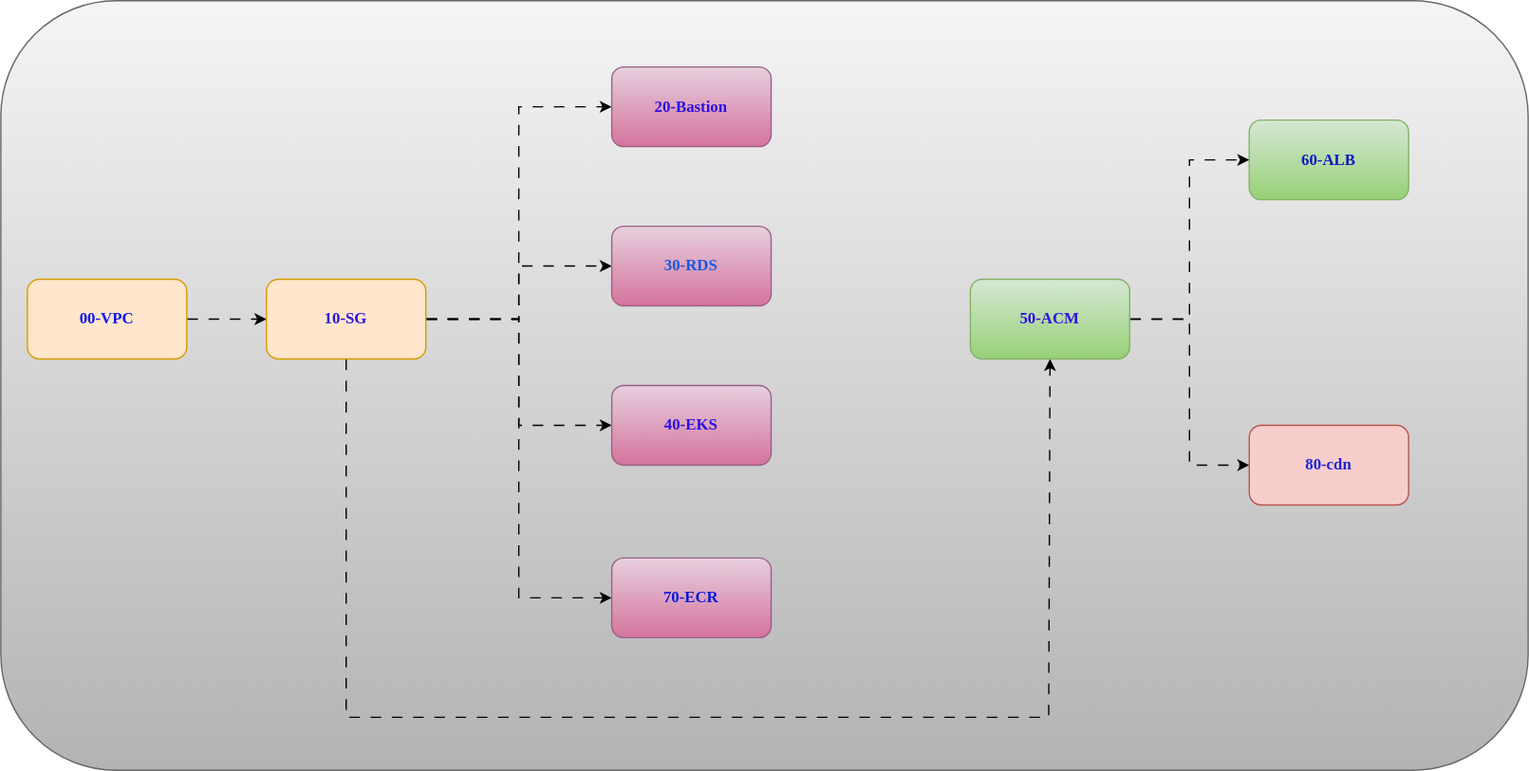
aikdp/expense-infra-jenkins keeps this draw.io diagram as jenkins-parallel-infra.drawio.svg. Above is the earlier version. Source tidied: cells renumbered, new cells last; positions are measured from the earlier drawing's top-left corner, leaving out a move shared by most shapes.
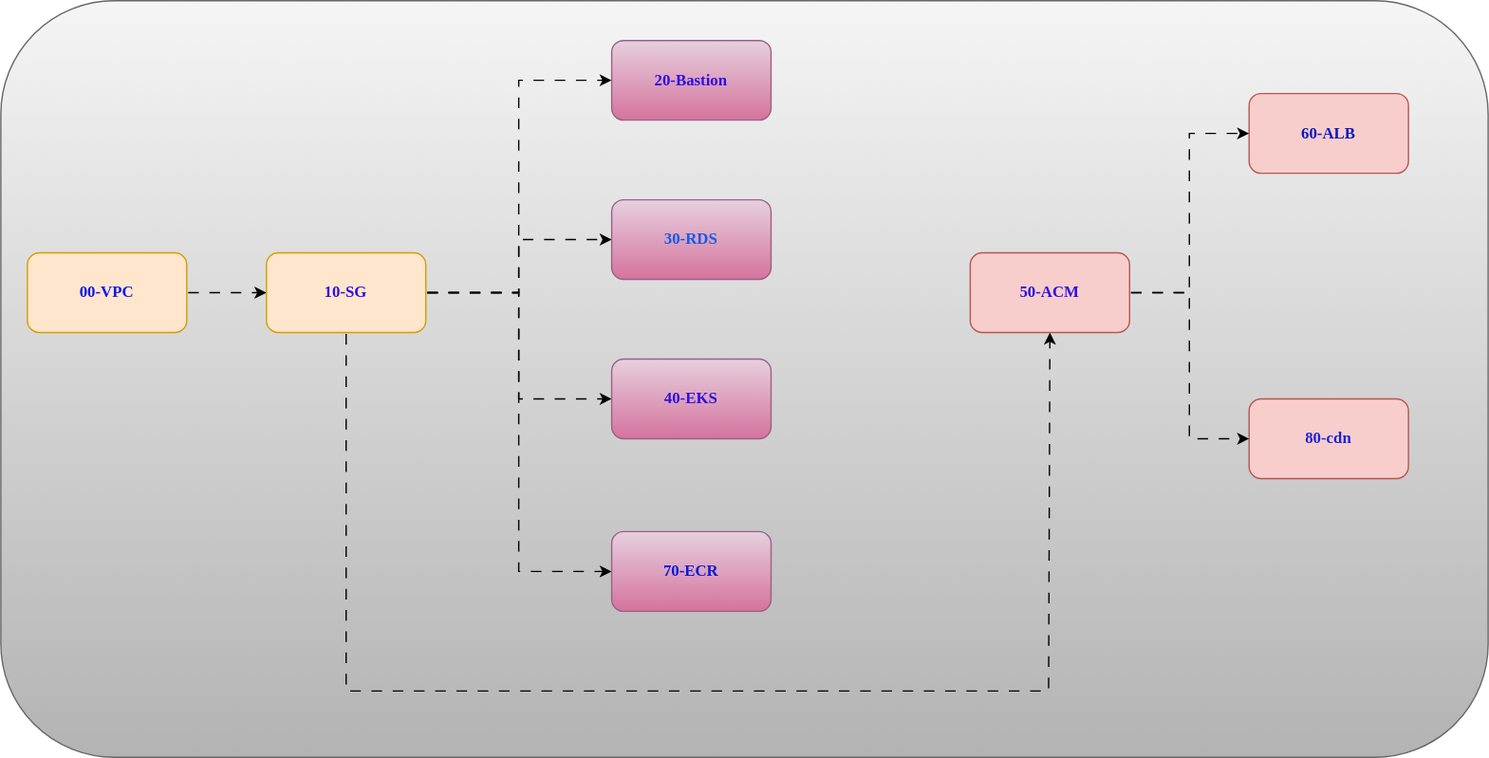
The same file after the commit.

Commit message:
Jenkins Pipleline expense-infra practice

The edit, as a diff of the source:
```diff
@@ -2,9 +2,9 @@
   <root>
     <mxCell id="0" />
     <mxCell id="1" parent="0" />
-    <mxCell id="2" style="rounded=1;whiteSpace=wrap;html=1;fillColor=#f5f5f5;gradientColor=#b3b3b3;strokeColor=#666666;" parent="1" vertex="1">
-      <mxGeometry width="1150" height="580" as="geometry" />
-    </mxCell>
+    <mxCell id="20" style="rounded=1;whiteSpace=wrap;html=1;fillColor=#f5f5f5;strokeColor=#666666;gradientColor=#b3b3b3;" parent="1" vertex="1">
+      <mxGeometry y="20" width="1120" height="570" as="geometry" />
+    </mxCell>
     <mxCell id="3" style="edgeStyle=orthogonalEdgeStyle;rounded=0;jettySize=auto;html=1;entryX=0;entryY=0.5;entryDx=0;entryDy=0;flowAnimation=1;" parent="1" edge="1" source="4" target="10">
       <mxGeometry relative="1" as="geometry" />
     </mxCell>
@@ -49,7 +49,7 @@
     <mxCell id="15" value="&lt;b&gt;&lt;font style=&quot;color: light-dark(rgb(29, 36, 215), rgb(237, 237, 237));&quot; face=&quot;Comic Sans MS&quot;&gt;80-cdn&lt;/font&gt;&lt;/b&gt;" style="rounded=1;whiteSpace=wrap;html=1;fillColor=#f8cecc;strokeColor=#b85450;" parent="1" vertex="1">
       <mxGeometry x="940" y="320" width="120" height="60" as="geometry" />
     </mxCell>
-    <mxCell id="16" value="&lt;b&gt;&lt;font style=&quot;color: light-dark(rgb(12, 24, 192), rgb(237, 237, 237));&quot; face=&quot;Comic Sans MS&quot;&gt;60-ALB&lt;/font&gt;&lt;/b&gt;" style="rounded=1;whiteSpace=wrap;html=1;fillColor=#d5e8d4;strokeColor=#82b366;gradientColor=#97d077;" parent="1" vertex="1">
+    <mxCell id="16" value="&lt;b&gt;&lt;font style=&quot;color: light-dark(rgb(12, 24, 192), rgb(237, 237, 237));&quot; face=&quot;Comic Sans MS&quot;&gt;60-ALB&lt;/font&gt;&lt;/b&gt;" style="rounded=1;whiteSpace=wrap;html=1;fillColor=#f8cecc;strokeColor=#b85450;" parent="1" vertex="1">
       <mxGeometry x="940" y="90" width="120" height="60" as="geometry" />
     </mxCell>
     <mxCell id="17" style="edgeStyle=orthogonalEdgeStyle;rounded=0;jettySize=auto;html=1;entryX=0;entryY=0.5;entryDx=0;entryDy=0;flowAnimation=1;" parent="1" edge="1" source="19" target="16">
@@ -58,7 +58,7 @@
     <mxCell id="18" style="edgeStyle=orthogonalEdgeStyle;rounded=0;jettySize=auto;html=1;entryX=0;entryY=0.5;entryDx=0;entryDy=0;flowAnimation=1;" parent="1" edge="1" source="19" target="15">
       <mxGeometry relative="1" as="geometry" />
     </mxCell>
-    <mxCell id="19" value="&lt;b&gt;&lt;font style=&quot;color: rgb(46, 15, 227);&quot; face=&quot;Comic Sans MS&quot;&gt;50-ACM&lt;/font&gt;&lt;/b&gt;" style="rounded=1;whiteSpace=wrap;html=1;fillColor=#d5e8d4;strokeColor=#82b366;gradientColor=#97d077;" parent="1" vertex="1">
+    <mxCell id="19" value="&lt;b&gt;&lt;font style=&quot;color: rgb(46, 15, 227);&quot; face=&quot;Comic Sans MS&quot;&gt;50-ACM&lt;/font&gt;&lt;/b&gt;" style="rounded=1;whiteSpace=wrap;html=1;fillColor=#f8cecc;strokeColor=#b85450;" parent="1" vertex="1">
       <mxGeometry x="730" y="210" width="120" height="60" as="geometry" />
     </mxCell>
   </root>
```
